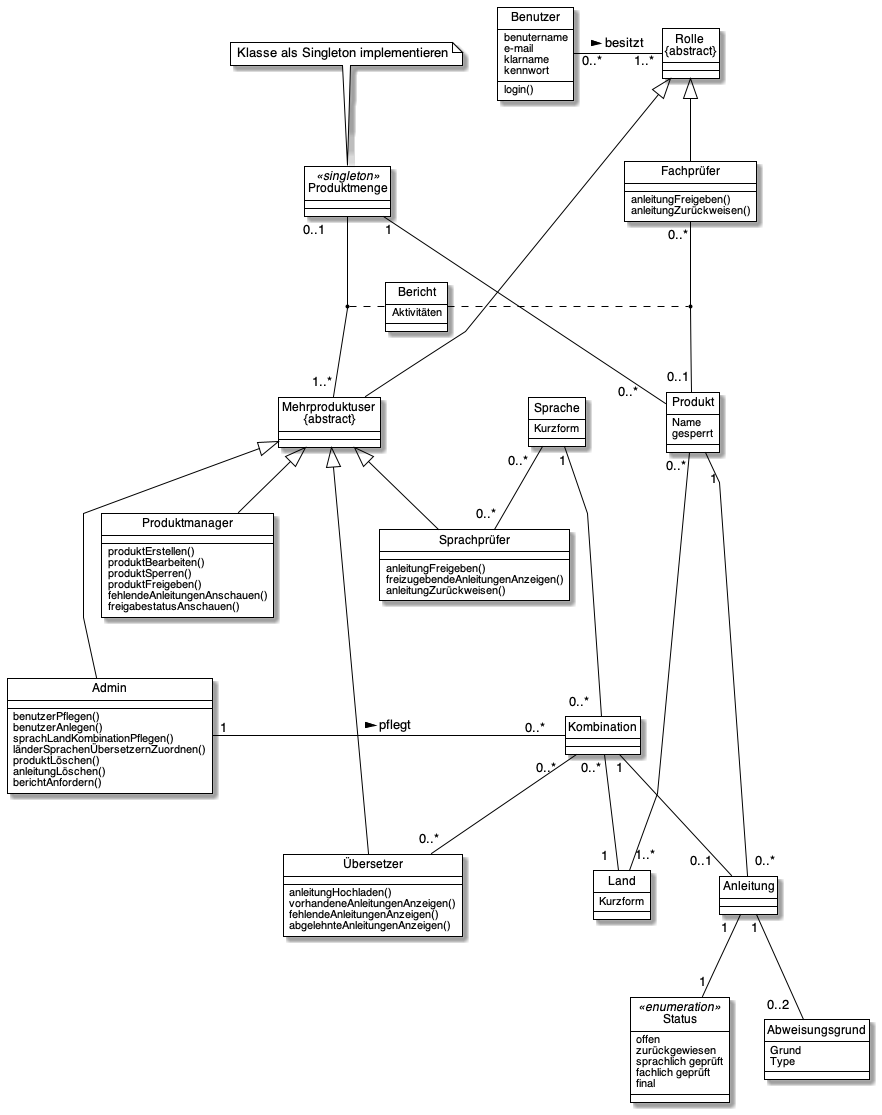
Schubert-Tom/Manual-Master keeps this PlantUML diagram as out/klassendiagramm/Klassendiagramm.png. Above is the earlier version.
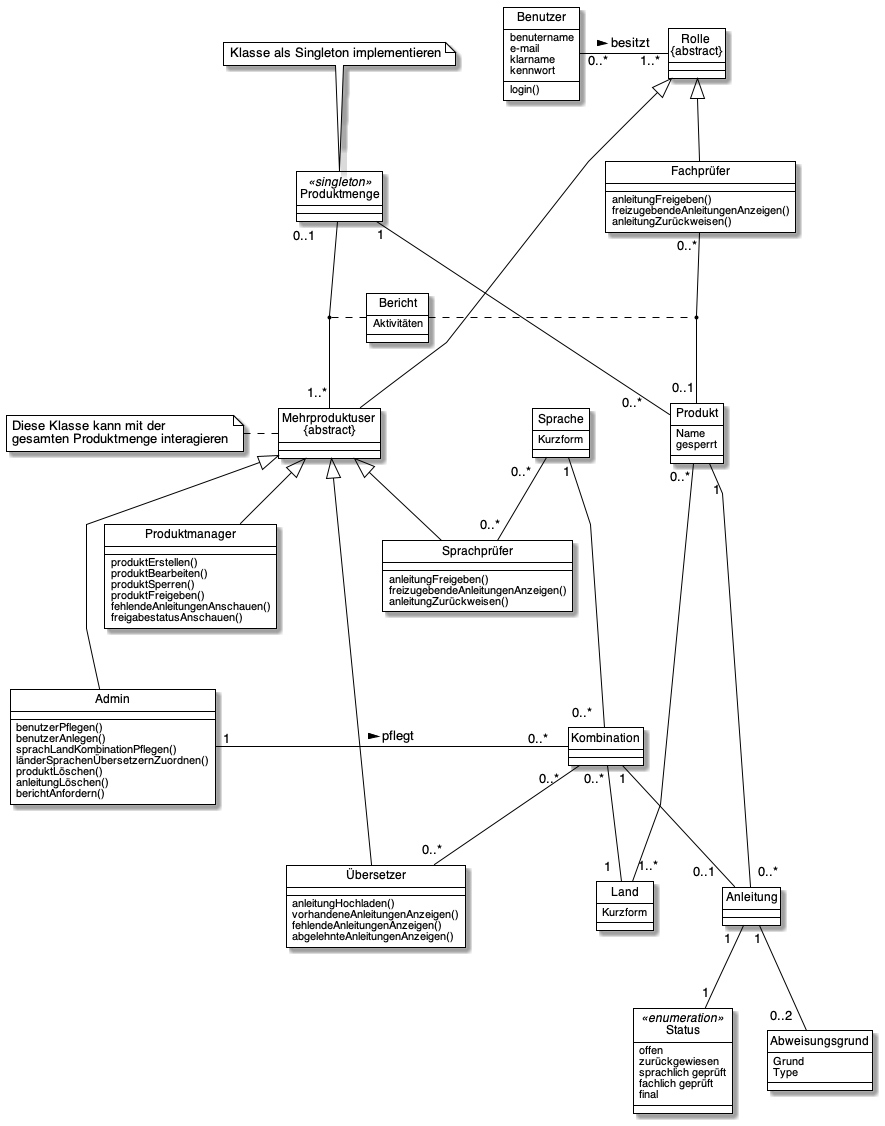
Later version of the same file.

Change to the diagram source:
```diff
@@ -24,6 +24,7 @@
 }
 class Fachprüfer {
     anleitungFreigeben()
+    freizugebendeAnleitungenAnzeigen()
     anleitungZurückweisen()
 }
 class Sprachprüfer {
@@ -64,6 +65,7 @@
 }
 class Mehrproduktuser as "Mehrproduktuser \n{abstract}" {
 }
+note left of Mehrproduktuser : Diese Klasse kann mit der \ngesamten Produktmenge interagieren
 class Bericht {
    Aktivitäten
 }
```
